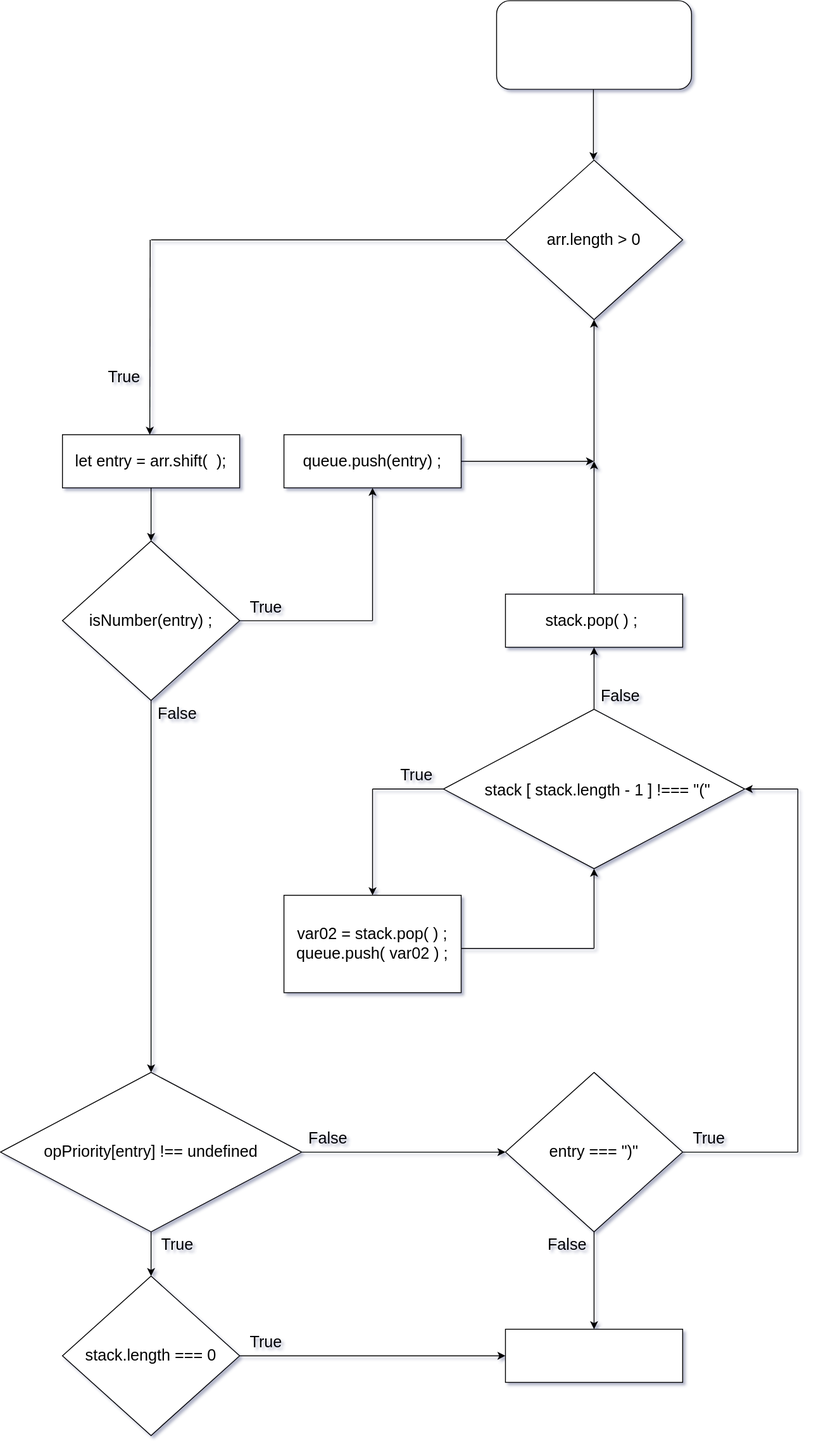
Before: Untitled Diagram.drawio.svg, a diagram exported from draw.io (jcgm3205/jcgm3205). Source tidied: cells renumbered, new cells last; positions are measured from the earlier drawing's top-left corner, leaving out a move shared by most shapes.
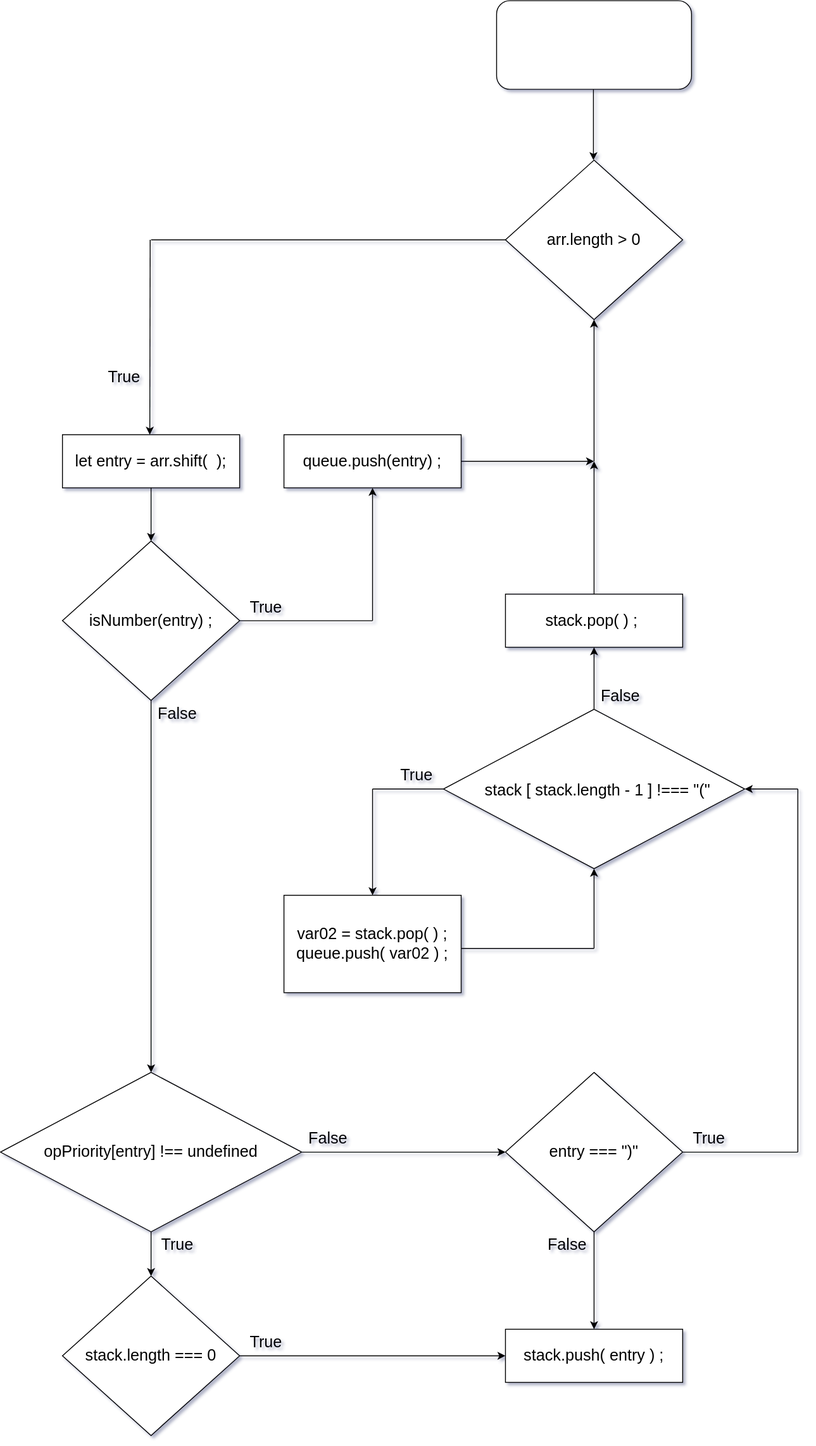
Later version of the same file.

Change to the diagram source:
```diff
@@ -192,7 +192,7 @@
     <mxCell id="49" value="stack.length === 0" style="text;html=1;strokeColor=none;fillColor=none;align=center;verticalAlign=middle;whiteSpace=wrap;rounded=0;fontSize=18;" parent="1" vertex="1">
       <mxGeometry x="90" y="1480" width="160" height="100" as="geometry" />
     </mxCell>
-    <mxCell id="50" style="rounded=0;whiteSpace=wrap;html=1;fontSize=18;strokeWidth=1;" parent="1" vertex="1">
+    <mxCell id="50" value="stack.push( entry ) ;" style="rounded=0;whiteSpace=wrap;html=1;fontSize=18;strokeWidth=1;" parent="1" vertex="1">
       <mxGeometry x="570" y="1500" width="200" height="60" as="geometry" />
     </mxCell>
     <mxCell id="51" style="endArrow=classic;html=1;rounded=0;fontSize=18;exitX=0.5;exitY=0;exitDx=0;exitDy=0;" parent="1" edge="1" source="26">
```
